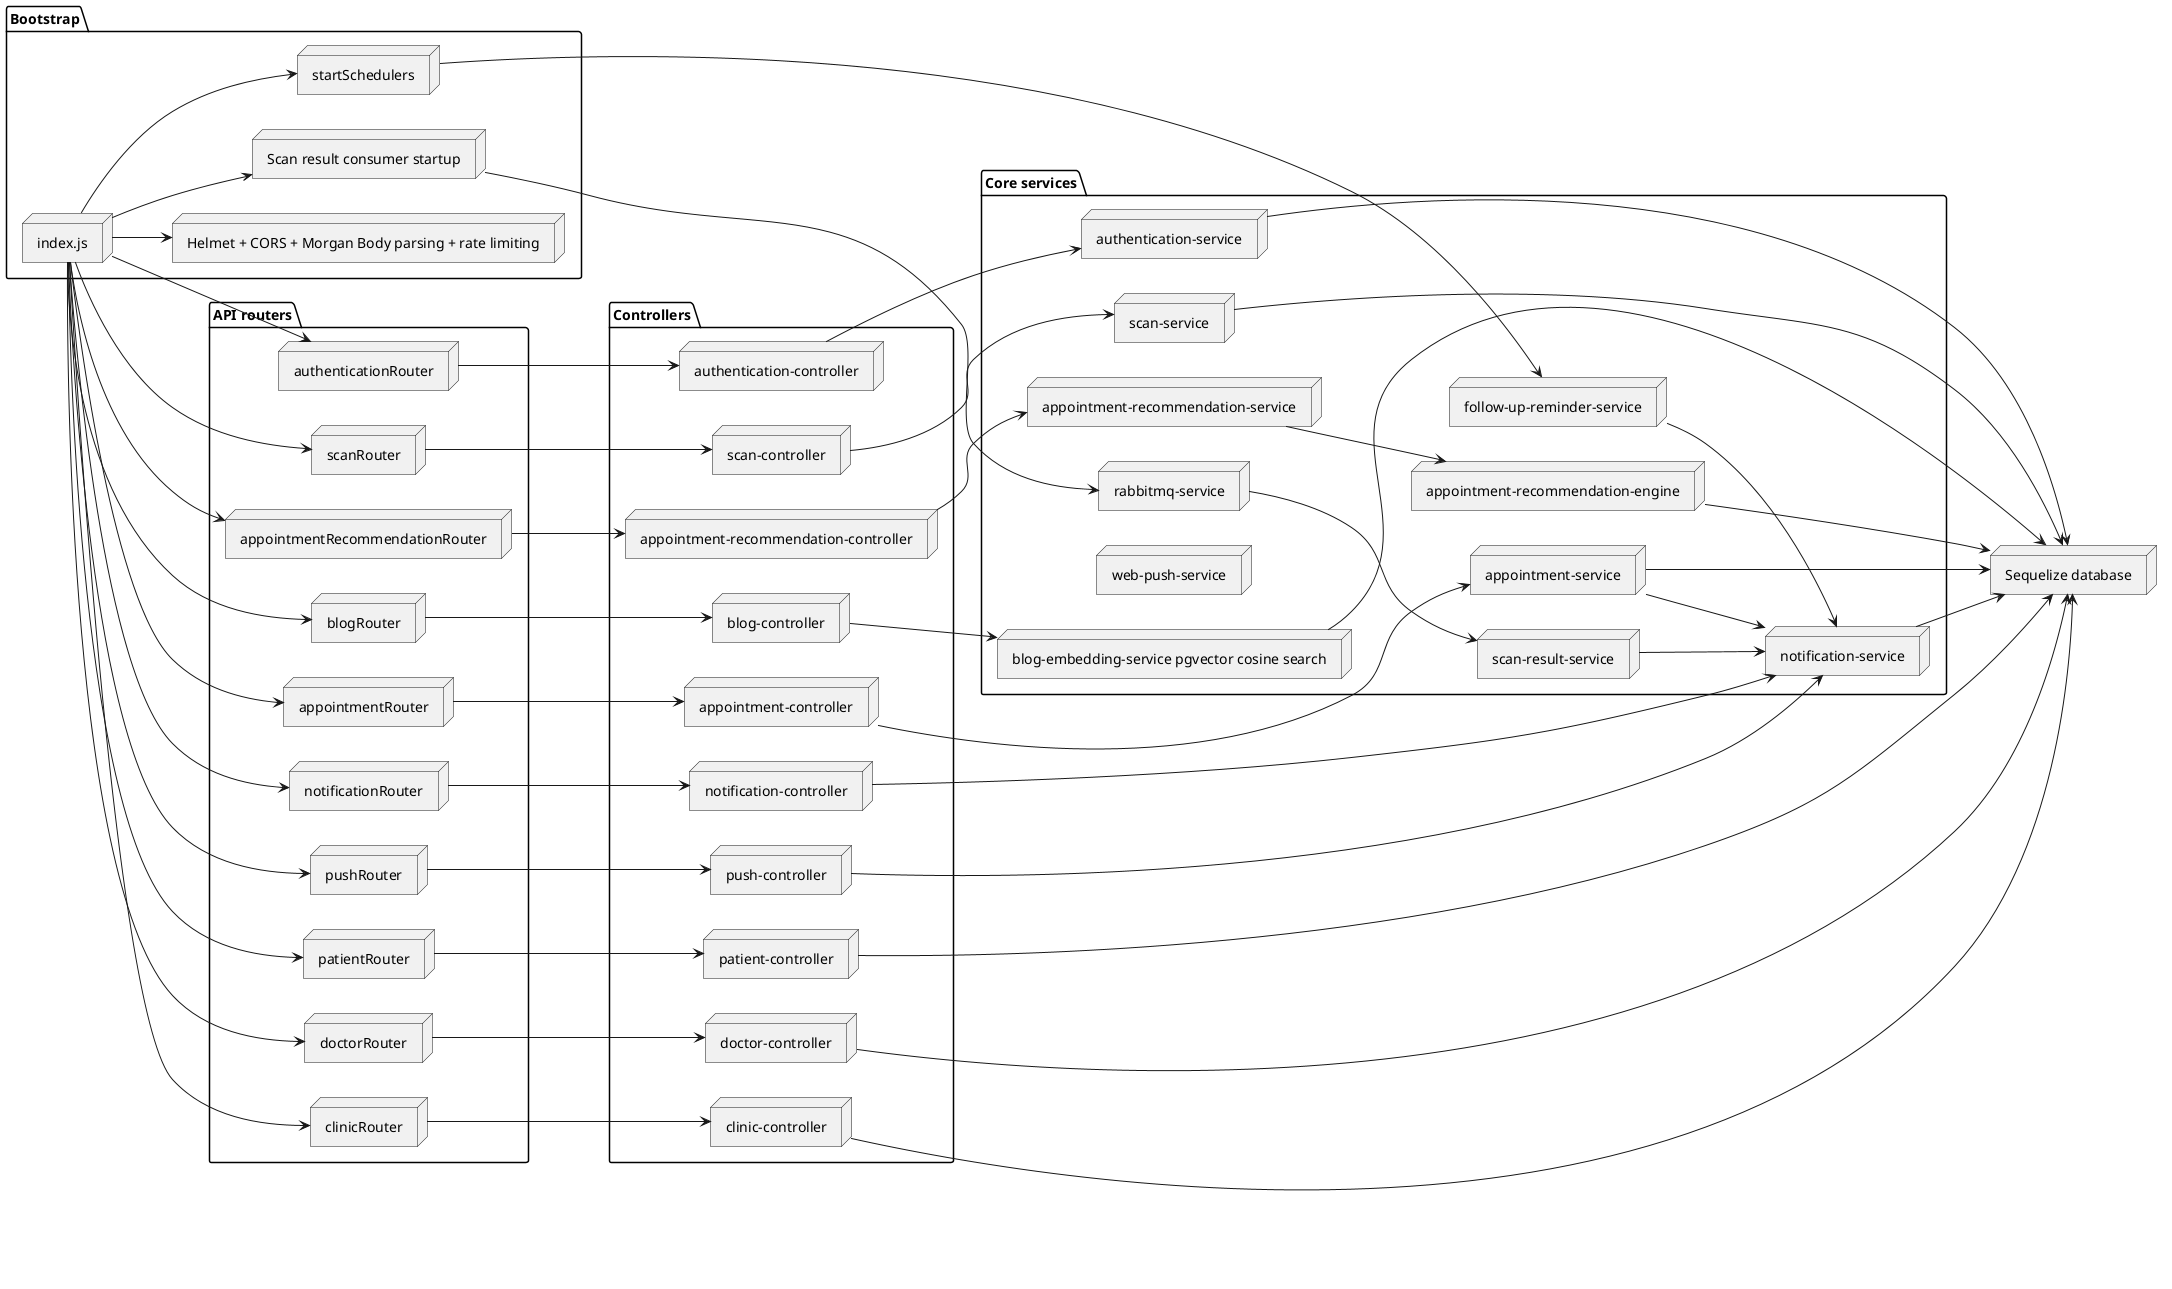
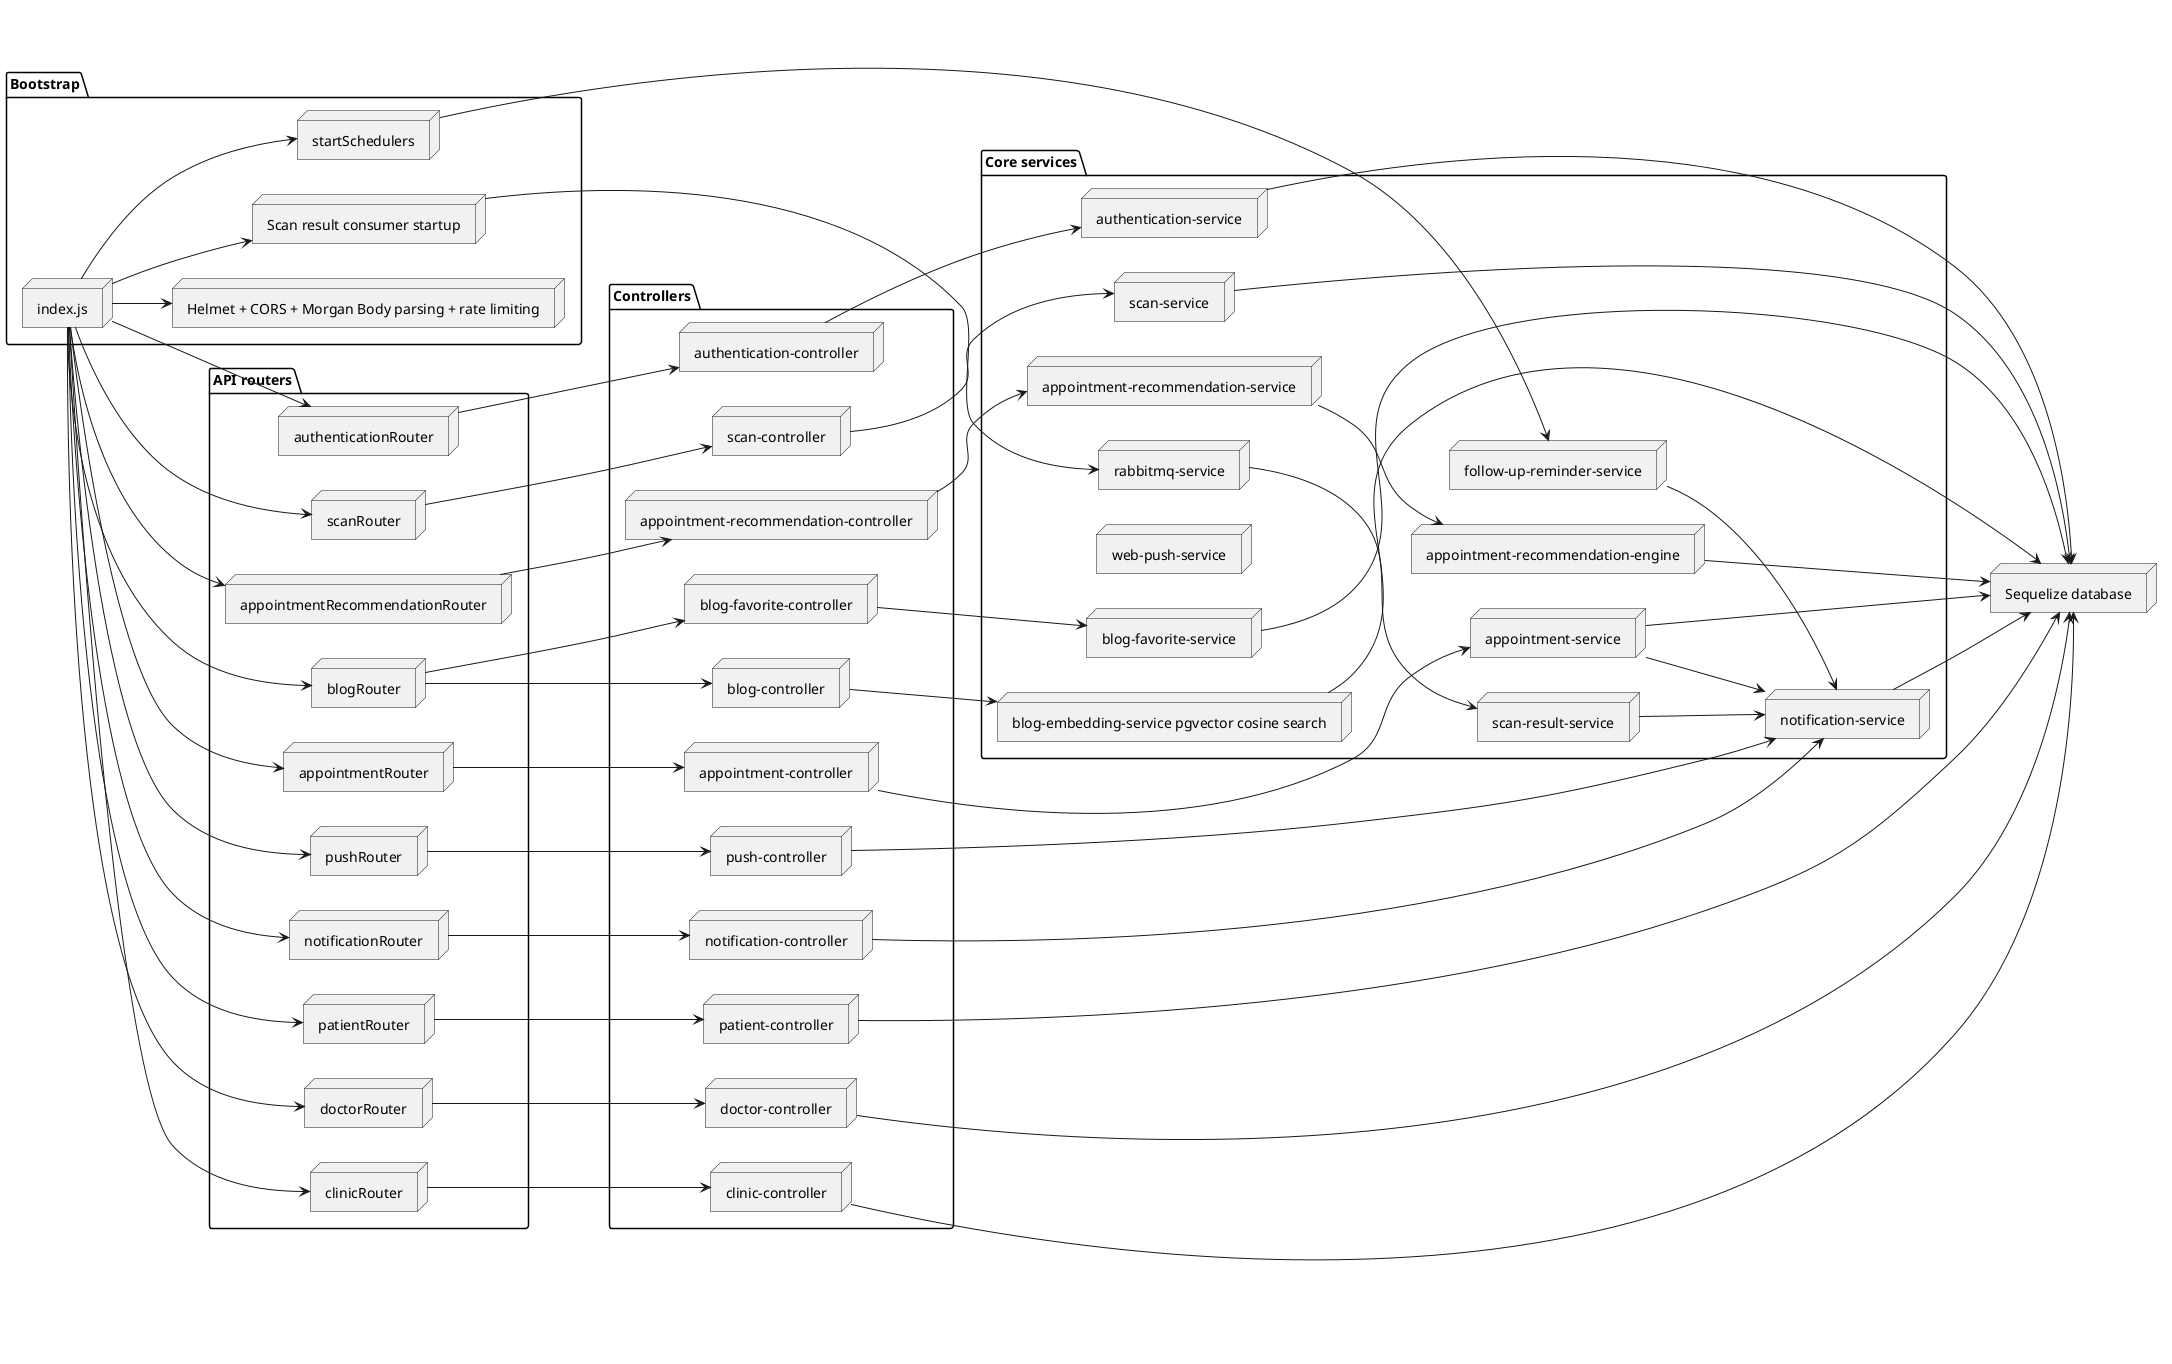
@startuml
left to right direction

package Bootstrap {
  node "index.js" as entry
  node "Helmet + CORS + Morgan Body parsing + rate limiting" as middleware
  node startSchedulers as schedulers
  node "Scan result consumer startup" as resultConsumer
}

package "API routers" {
  node authenticationRouter as authRouter
  node patientRouter as patientRouter
  node doctorRouter as doctorRouter
  node clinicRouter as clinicRouter
  node appointmentRouter as appointmentRouter
  node appointmentRecommendationRouter as recommendationRouter
  node scanRouter as scanRouter
  node notificationRouter as notificationRouter
  node pushRouter as pushRouter
  node blogRouter as blogRouter
}

package Controllers {
  node "authentication-controller" as authController
  node "patient-controller" as patientController
  node "doctor-controller" as doctorController
  node "clinic-controller" as clinicController
  node "appointment-controller" as appointmentController
  node "appointment-recommendation-controller" as recommendationController
  node "scan-controller" as scanController
  node "notification-controller" as notificationController
  node "push-controller" as pushController
  node "blog-controller" as blogController
+   node "blog-favorite-controller" as blogFavoriteController
}

package "Core services" {
  node "authentication-service" as authService
  node "appointment-service" as appointmentService
  node "appointment-recommendation-service" as recommendationService
  node "appointment-recommendation-engine" as recommendationEngine
  node "scan-service" as scanService
  node "scan-result-service" as scanResultService
  node "rabbitmq-service" as rabbitService
  node "notification-service" as notificationService
  node "web-push-service" as pushService
  node "follow-up-reminder-service" as followUpService
  node "blog-embedding-service pgvector cosine search" as blogEmbeddingService
+   node "blog-favorite-service" as blogFavoriteService
}

node "Sequelize database" as db

entry --> middleware
entry --> authRouter
entry --> patientRouter
entry --> doctorRouter
entry --> clinicRouter
entry --> appointmentRouter
entry --> recommendationRouter
entry --> scanRouter
entry --> notificationRouter
entry --> pushRouter
entry --> blogRouter
entry --> resultConsumer
entry --> schedulers

authRouter --> authController
authController --> authService
authService --> db
patientRouter --> patientController
patientController --> db
doctorRouter --> doctorController
doctorController --> db
clinicRouter --> clinicController
clinicController --> db
appointmentRouter --> appointmentController
appointmentController --> appointmentService
appointmentService --> db
appointmentService --> notificationService
recommendationRouter --> recommendationController
recommendationController --> recommendationService
recommendationService --> recommendationEngine
recommendationEngine --> db
scanRouter --> scanController
scanController --> scanService
scanService --> db
notificationRouter --> notificationController
notificationController --> notificationService
notificationService --> db
pushRouter --> pushController
pushController --> notificationService
resultConsumer --> rabbitService
rabbitService --> scanResultService
scanResultService --> notificationService
schedulers --> followUpService
followUpService --> notificationService
blogRouter --> blogController
blogController --> blogEmbeddingService
blogEmbeddingService --> db
+ blogRouter --> blogFavoriteController
+ blogFavoriteController --> blogFavoriteService
+ blogFavoriteService --> db

@enduml